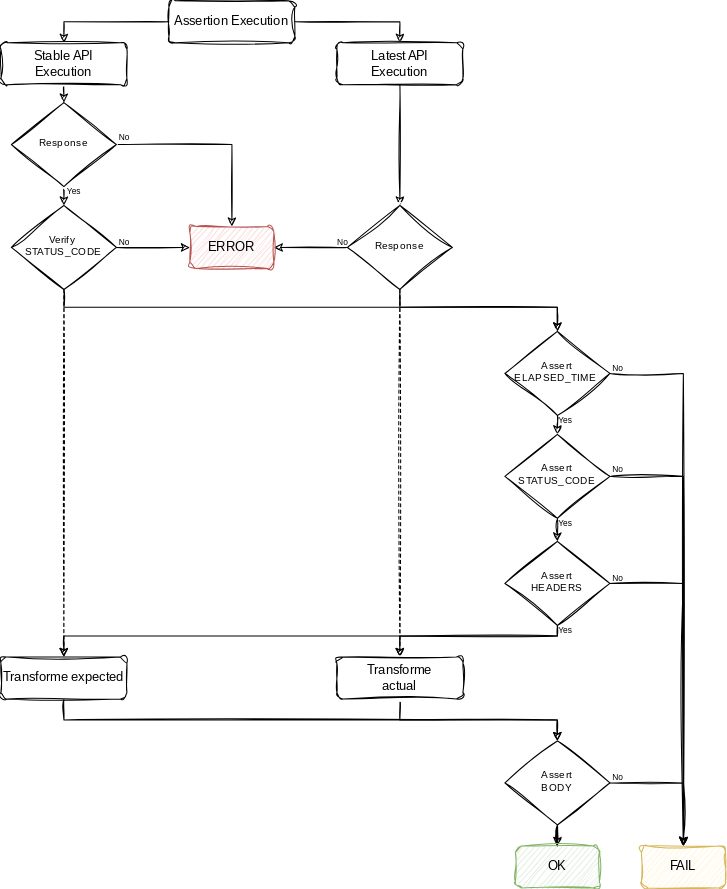
Before: doc/diagram/assertion.diagram.svg, a diagram exported from draw.io (oneteme/assertapi-core). Source tidied: cells renumbered, new cells last; positions are measured from the earlier drawing's top-left corner, leaving out a move shared by most shapes.
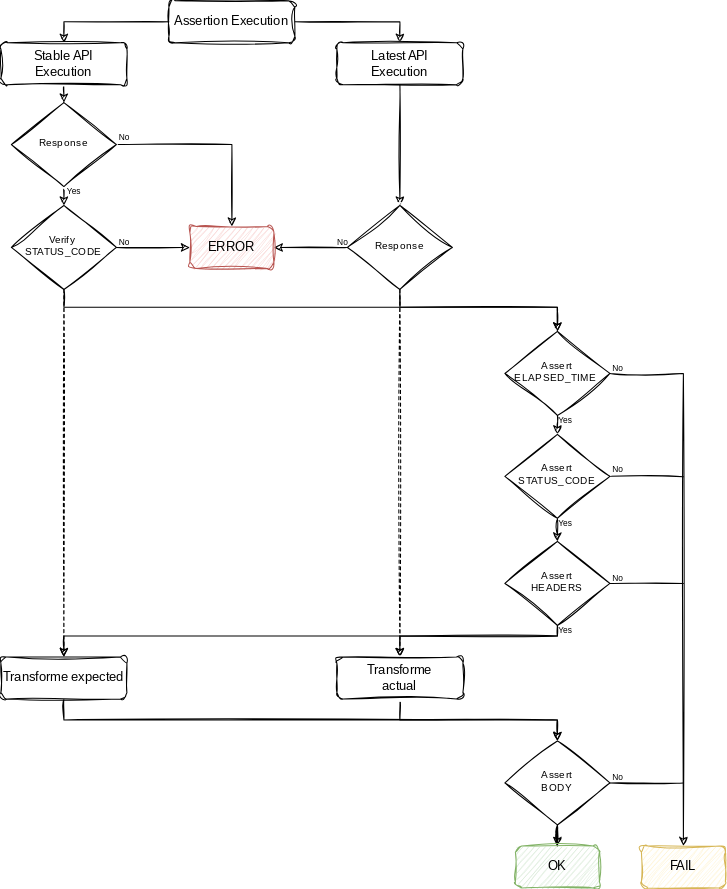
The same file after the commit.

Diff of the diagram source:
```diff
@@ -93,9 +93,11 @@
     <mxCell id="28" style="edgeStyle=none;rounded=0;jettySize=auto;html=1;entryX=0.5;entryY=0;entryDx=0;entryDy=0;strokeColor=default;fontFamily=Helvetica;fontSize=14;fontColor=#000000;startArrow=none;startFill=0;endArrow=classic;endFill=1;sketch=1;curveFitting=1;jiggle=2;" parent="1" edge="1" source="30" target="34">
       <mxGeometry relative="1" as="geometry" />
     </mxCell>
-    <mxCell id="29" style="edgeStyle=orthogonalEdgeStyle;rounded=0;jettySize=auto;html=1;exitX=1;exitY=0.5;exitDx=0;exitDy=0;entryX=0.5;entryY=0;entryDx=0;entryDy=0;strokeColor=default;fontFamily=Helvetica;fontSize=14;fontColor=#000000;startArrow=none;startFill=0;endArrow=classic;endFill=1;sketch=1;curveFitting=1;jiggle=2;" parent="1" edge="1" source="30" target="43">
-      <mxGeometry relative="1" as="geometry" />
-    </mxCell>
+    <mxCell id="51" style="edgeStyle=none;rounded=0;sketch=1;jettySize=auto;html=1;exitX=1;exitY=0.5;exitDx=0;exitDy=0;endArrow=none;endFill=0;" parent="1" edge="1" source="30">
+      <mxGeometry relative="1" as="geometry">
+        <mxPoint x="650" y="453.3" as="targetPoint" />
+      </mxGeometry>
+    </mxCell>
     <mxCell id="30" value="Assert STATUS_CODE" style="rhombus;whiteSpace=wrap;html=1;shadow=0;fontFamily=Architects Daughter;fontSize=10;align=center;strokeWidth=1;spacing=6;spacingTop=-4;fontSource=https%3A%2F%2Ffonts.googleapis.com%2Fcss%3Ffamily%3DArchitects%2BDaughter;sketch=1;curveFitting=1;jiggle=2;" parent="1" vertex="1">
       <mxGeometry x="480" y="413" width="100" height="80" as="geometry" />
     </mxCell>
@@ -115,9 +117,11 @@
         </Array>
       </mxGeometry>
     </mxCell>
-    <mxCell id="33" style="edgeStyle=orthogonalEdgeStyle;rounded=0;jettySize=auto;html=1;exitX=1;exitY=0.5;exitDx=0;exitDy=0;entryX=0.5;entryY=0;entryDx=0;entryDy=0;strokeColor=default;fontFamily=Helvetica;fontSize=14;fontColor=#000000;startArrow=none;startFill=0;endArrow=classic;endFill=1;sketch=1;curveFitting=1;jiggle=2;" parent="1" edge="1" source="34" target="43">
-      <mxGeometry relative="1" as="geometry" />
-    </mxCell>
+    <mxCell id="52" style="edgeStyle=none;rounded=0;sketch=1;jettySize=auto;html=1;endArrow=none;endFill=0;" parent="1" edge="1" source="34">
+      <mxGeometry relative="1" as="geometry">
+        <mxPoint x="650" y="555" as="targetPoint" />
+      </mxGeometry>
+    </mxCell>
     <mxCell id="34" value="Assert &lt;br&gt;HEADERS" style="rhombus;whiteSpace=wrap;html=1;shadow=0;fontFamily=Architects Daughter;fontSize=10;align=center;strokeWidth=1;spacing=6;spacingTop=-4;rounded=0;fillColor=none;fontSource=https%3A%2F%2Ffonts.googleapis.com%2Fcss%3Ffamily%3DArchitects%2BDaughter;sketch=1;curveFitting=1;jiggle=2;" parent="1" vertex="1">
       <mxGeometry x="480" y="515" width="100" height="80" as="geometry" />
     </mxCell>
@@ -146,9 +150,11 @@
     <mxCell id="39" style="edgeStyle=orthogonalEdgeStyle;rounded=0;jettySize=auto;html=1;entryX=0.5;entryY=0;entryDx=0;entryDy=0;strokeColor=default;fontFamily=Helvetica;fontSize=14;fontColor=#000000;startArrow=none;startFill=0;endArrow=classic;endFill=1;sketch=1;curveFitting=1;jiggle=2;" parent="1" edge="1" source="41" target="42">
       <mxGeometry relative="1" as="geometry" />
     </mxCell>
-    <mxCell id="40" style="edgeStyle=orthogonalEdgeStyle;rounded=0;jettySize=auto;html=1;exitX=1;exitY=0.5;exitDx=0;exitDy=0;entryX=0.5;entryY=0;entryDx=0;entryDy=0;strokeColor=default;fontFamily=Helvetica;fontSize=14;fontColor=#000000;startArrow=none;startFill=0;endArrow=classic;endFill=1;sketch=1;curveFitting=1;jiggle=2;" parent="1" edge="1" source="41" target="43">
-      <mxGeometry relative="1" as="geometry" />
-    </mxCell>
+    <mxCell id="53" style="rounded=0;sketch=1;jettySize=auto;html=1;endArrow=none;endFill=0;" parent="1" edge="1" source="41">
+      <mxGeometry relative="1" as="geometry">
+        <mxPoint x="650" y="745" as="targetPoint" />
+      </mxGeometry>
+    </mxCell>
     <mxCell id="41" value="Assert &lt;br&gt;BODY" style="rhombus;whiteSpace=wrap;html=1;shadow=0;fontFamily=Architects Daughter;fontSize=10;align=center;strokeWidth=1;spacing=6;spacingTop=-4;rounded=0;fillColor=none;fontSource=https%3A%2F%2Ffonts.googleapis.com%2Fcss%3Ffamily%3DArchitects%2BDaughter;sketch=1;curveFitting=1;jiggle=2;" parent="1" vertex="1">
       <mxGeometry x="480" y="705" width="100" height="80" as="geometry" />
     </mxCell>
```
